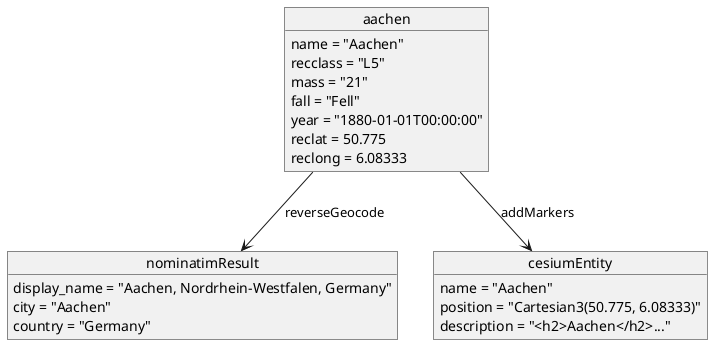
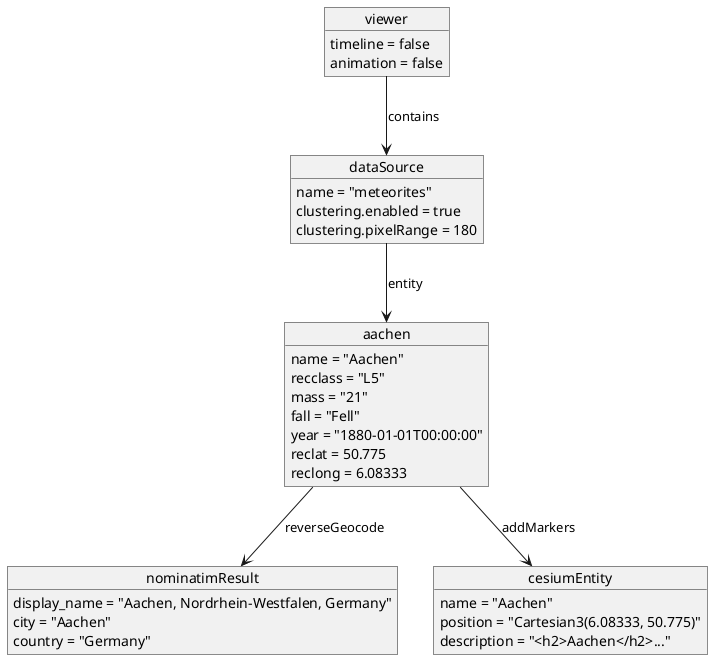
@startuml 3D meteorite impacts object diagram
+ 
object aachen {
  name = "Aachen"
  recclass = "L5"
  mass = "21"
  fall = "Fell"
  year = "1880-01-01T00:00:00"
  reclat = 50.775
  reclong = 6.08333
}

+ object viewer {
+   timeline = false
+   animation = false
+ }
+ 
+ object dataSource {
+   name = "meteorites"
+   clustering.enabled = true
+   clustering.pixelRange = 180
+ }
+ 
object nominatimResult {
  display_name = "Aachen, Nordrhein-Westfalen, Germany"
  city = "Aachen"
  country = "Germany"
}

object cesiumEntity {
  name = "Aachen"
-   position = "Cartesian3(50.775, 6.08333)"
+   position = "Cartesian3(6.08333, 50.775)"
  description = "<h2>Aachen</h2>..."
}

aachen --> nominatimResult : reverseGeocode
aachen --> cesiumEntity : addMarkers
+ viewer --> dataSource : contains
+ dataSource --> aachen : entity
+ 
@enduml